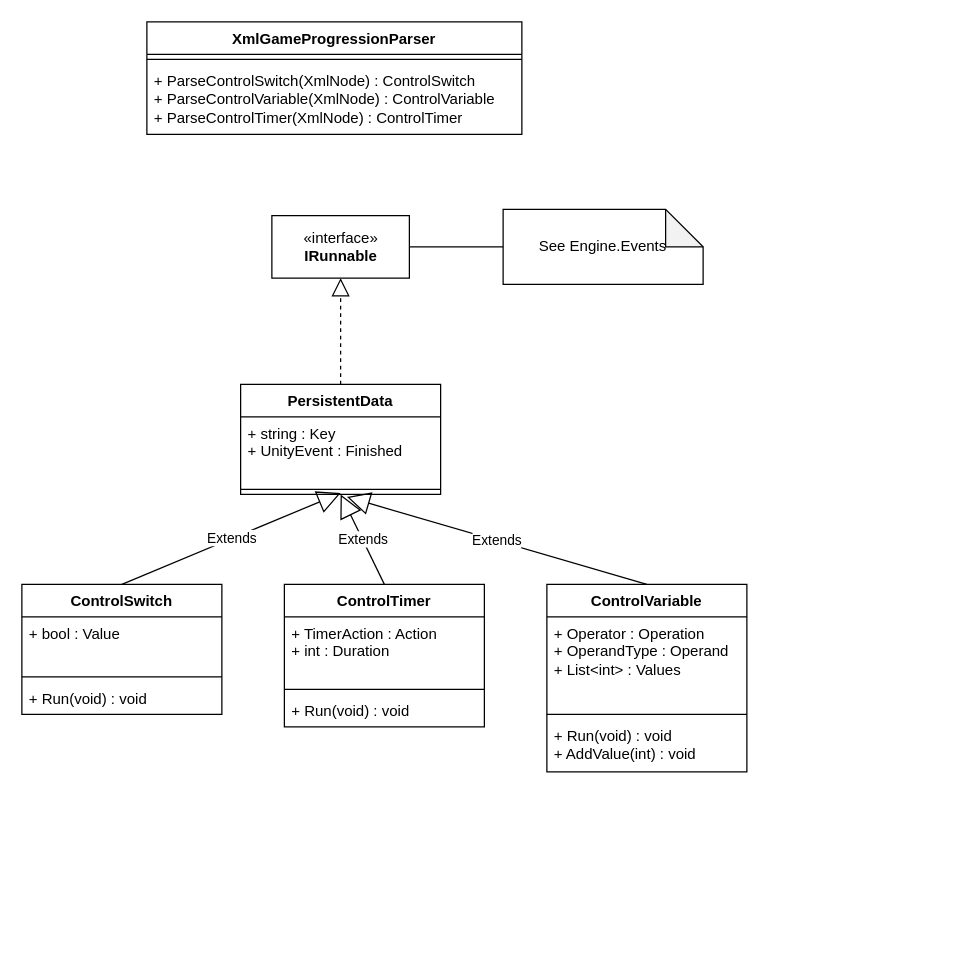
MaximeJoly96/LC_Unity keeps this draw.io diagram as page "Engine.GameProgression" (9 of 10) of Ace_Engine.drawio. Above is the earlier version. Source tidied: cells renumbered, new cells numbered last; positions are measured from the earlier drawing's top-left corner, leaving out a move shared by most shapes. Both pictures are drawn from the tidied source at 125%, with x=0, y=0 at pixel (21, 21).
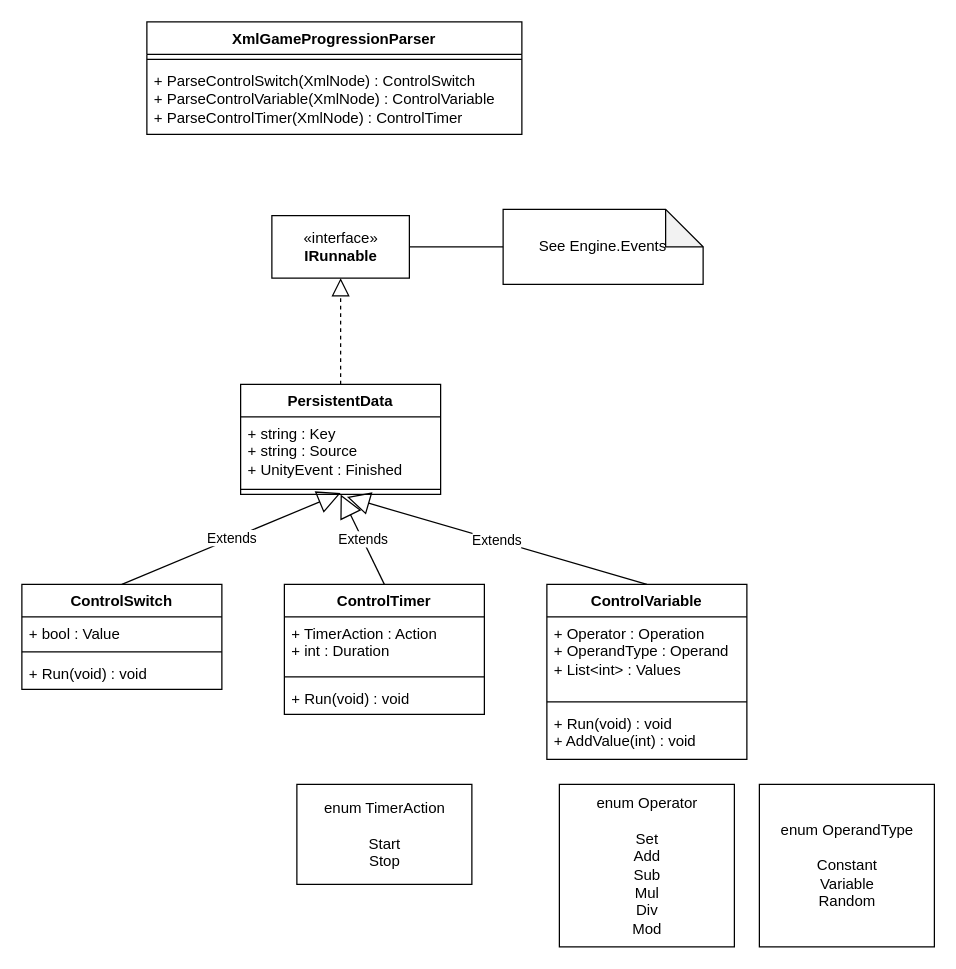
After the change.

Unchanged cells that the change refers to:
```xml
<mxCell id="20" value="PersistentData" style="swimlane;fontStyle=1;align=center;verticalAlign=top;horizontal=1;startSize=26;whiteSpace=wrap;html=1;" parent="1" vertex="1">
  <mxGeometry x="175" y="290" width="160" height="88" as="geometry" />
</mxCell>
```

The edit, as a diff of the source:
```diff
@@
     <mxCell id="5" value="ControlSwitch" style="swimlane;fontStyle=1;align=center;verticalAlign=top;horizontal=1;startSize=26;whiteSpace=wrap;html=1;" parent="1" vertex="1">
-      <mxGeometry y="450" width="160" height="104" as="geometry" />
+      <mxGeometry y="450" width="160" height="84" as="geometry" />
     </mxCell>
     <mxCell id="6" value="+ bool : Value" style="text;strokeColor=none;fillColor=none;align=left;verticalAlign=top;spacingLeft=4;spacingRight=4;overflow=hidden;whiteSpace=wrap;html=1;" parent="5" vertex="1">
-      <mxGeometry y="26" width="160" height="44" as="geometry" />
+      <mxGeometry y="26" width="160" height="24" as="geometry" />
     </mxCell>
     <mxCell id="7" style="line;strokeWidth=1;fillColor=none;align=left;verticalAlign=middle;spacingTop=-1;spacingLeft=3;spacingRight=3;labelPosition=right;strokeColor=inherit;" parent="5" vertex="1">
-      <mxGeometry y="70" width="160" height="8" as="geometry" />
+      <mxGeometry y="50" width="160" height="8" as="geometry" />
     </mxCell>
     <mxCell id="8" value="+ Run(void) : void" style="text;strokeColor=none;fillColor=none;align=left;verticalAlign=top;spacingLeft=4;spacingRight=4;overflow=hidden;whiteSpace=wrap;html=1;" parent="5" vertex="1">
-      <mxGeometry y="78" width="160" height="26" as="geometry" />
+      <mxGeometry y="58" width="160" height="26" as="geometry" />
     </mxCell>
@@
     <mxCell id="12" value="ControlTimer" style="swimlane;fontStyle=1;align=center;verticalAlign=top;horizontal=1;startSize=26;whiteSpace=wrap;html=1;" parent="1" vertex="1">
-      <mxGeometry x="210" y="450" width="160" height="114" as="geometry" />
+      <mxGeometry x="210" y="450" width="160" height="104" as="geometry" />
     </mxCell>
     <mxCell id="13" value="+ TimerAction : Action&lt;div&gt;+ int : Duration&lt;/div&gt;" style="text;strokeColor=none;fillColor=none;align=left;verticalAlign=top;spacingLeft=4;spacingRight=4;overflow=hidden;whiteSpace=wrap;html=1;" parent="12" vertex="1">
-      <mxGeometry y="26" width="160" height="54" as="geometry" />
+      <mxGeometry y="26" width="160" height="44" as="geometry" />
     </mxCell>
     <mxCell id="14" style="line;strokeWidth=1;fillColor=none;align=left;verticalAlign=middle;spacingTop=-1;spacingLeft=3;spacingRight=3;labelPosition=right;strokeColor=inherit;" parent="12" vertex="1">
-      <mxGeometry y="80" width="160" height="8" as="geometry" />
+      <mxGeometry y="70" width="160" height="8" as="geometry" />
     </mxCell>
     <mxCell id="15" value="+ Run(void) : void" style="text;strokeColor=none;fillColor=none;align=left;verticalAlign=top;spacingLeft=4;spacingRight=4;overflow=hidden;whiteSpace=wrap;html=1;" parent="12" vertex="1">
-      <mxGeometry y="88" width="160" height="26" as="geometry" />
+      <mxGeometry y="78" width="160" height="26" as="geometry" />
     </mxCell>
     <mxCell id="16" value="ControlVariable" style="swimlane;fontStyle=1;align=center;verticalAlign=top;horizontal=1;startSize=26;whiteSpace=wrap;html=1;" parent="1" vertex="1">
-      <mxGeometry x="420" y="450" width="160" height="150" as="geometry" />
+      <mxGeometry x="420" y="450" width="160" height="140" as="geometry" />
     </mxCell>
     <mxCell id="17" value="+ Operator : Operation&lt;div&gt;+ OperandType : Operand&lt;/div&gt;&lt;div&gt;+ List&amp;lt;int&amp;gt; : Values&lt;/div&gt;" style="text;strokeColor=none;fillColor=none;align=left;verticalAlign=top;spacingLeft=4;spacingRight=4;overflow=hidden;whiteSpace=wrap;html=1;" parent="16" vertex="1">
-      <mxGeometry y="26" width="160" height="74" as="geometry" />
+      <mxGeometry y="26" width="160" height="64" as="geometry" />
     </mxCell>
     <mxCell id="18" style="line;strokeWidth=1;fillColor=none;align=left;verticalAlign=middle;spacingTop=-1;spacingLeft=3;spacingRight=3;labelPosition=right;strokeColor=inherit;" parent="16" vertex="1">
-      <mxGeometry y="100" width="160" height="8" as="geometry" />
+      <mxGeometry y="90" width="160" height="8" as="geometry" />
     </mxCell>
     <mxCell id="19" value="+ Run(void) : void&lt;div&gt;+ AddValue(int) : void&lt;/div&gt;" style="text;strokeColor=none;fillColor=none;align=left;verticalAlign=top;spacingLeft=4;spacingRight=4;overflow=hidden;whiteSpace=wrap;html=1;" parent="16" vertex="1">
-      <mxGeometry y="108" width="160" height="42" as="geometry" />
+      <mxGeometry y="98" width="160" height="42" as="geometry" />
     </mxCell>
@@
-    <mxCell id="21" value="+ string : Key&lt;div&gt;+ UnityEvent : Finished&lt;/div&gt;" style="text;strokeColor=none;fillColor=none;align=left;verticalAlign=top;spacingLeft=4;spacingRight=4;overflow=hidden;whiteSpace=wrap;html=1;" parent="20" vertex="1">
+    <mxCell id="21" value="+ string : Key&lt;div&gt;+ string : Source&lt;br&gt;&lt;div&gt;+ UnityEvent : Finished&lt;/div&gt;&lt;/div&gt;" style="text;strokeColor=none;fillColor=none;align=left;verticalAlign=top;spacingLeft=4;spacingRight=4;overflow=hidden;whiteSpace=wrap;html=1;" parent="20" vertex="1">
       <mxGeometry y="26" width="160" height="54" as="geometry" />
     </mxCell>
@@
+    <mxCell id="27" value="enum TimerAction&lt;br&gt;&lt;br&gt;Start&lt;br&gt;Stop" style="html=1;" parent="1" vertex="1">
+      <mxGeometry x="220" y="610" width="140" height="80" as="geometry" />
+    </mxCell>
+    <mxCell id="28" value="enum Operator&lt;br&gt;&lt;br&gt;Set&lt;br&gt;Add&lt;div&gt;Sub&lt;/div&gt;&lt;div&gt;Mul&lt;/div&gt;&lt;div&gt;Div&lt;/div&gt;&lt;div&gt;Mod&lt;/div&gt;" style="html=1;" parent="1" vertex="1">
+      <mxGeometry x="430" y="610" width="140" height="130" as="geometry" />
+    </mxCell>
+    <mxCell id="29" value="enum OperandType&lt;br&gt;&lt;br&gt;Constant&lt;div&gt;Variable&lt;/div&gt;&lt;div&gt;Random&lt;/div&gt;" style="html=1;" parent="1" vertex="1">
+      <mxGeometry x="590" y="610" width="140" height="130" as="geometry" />
+    </mxCell>
```
